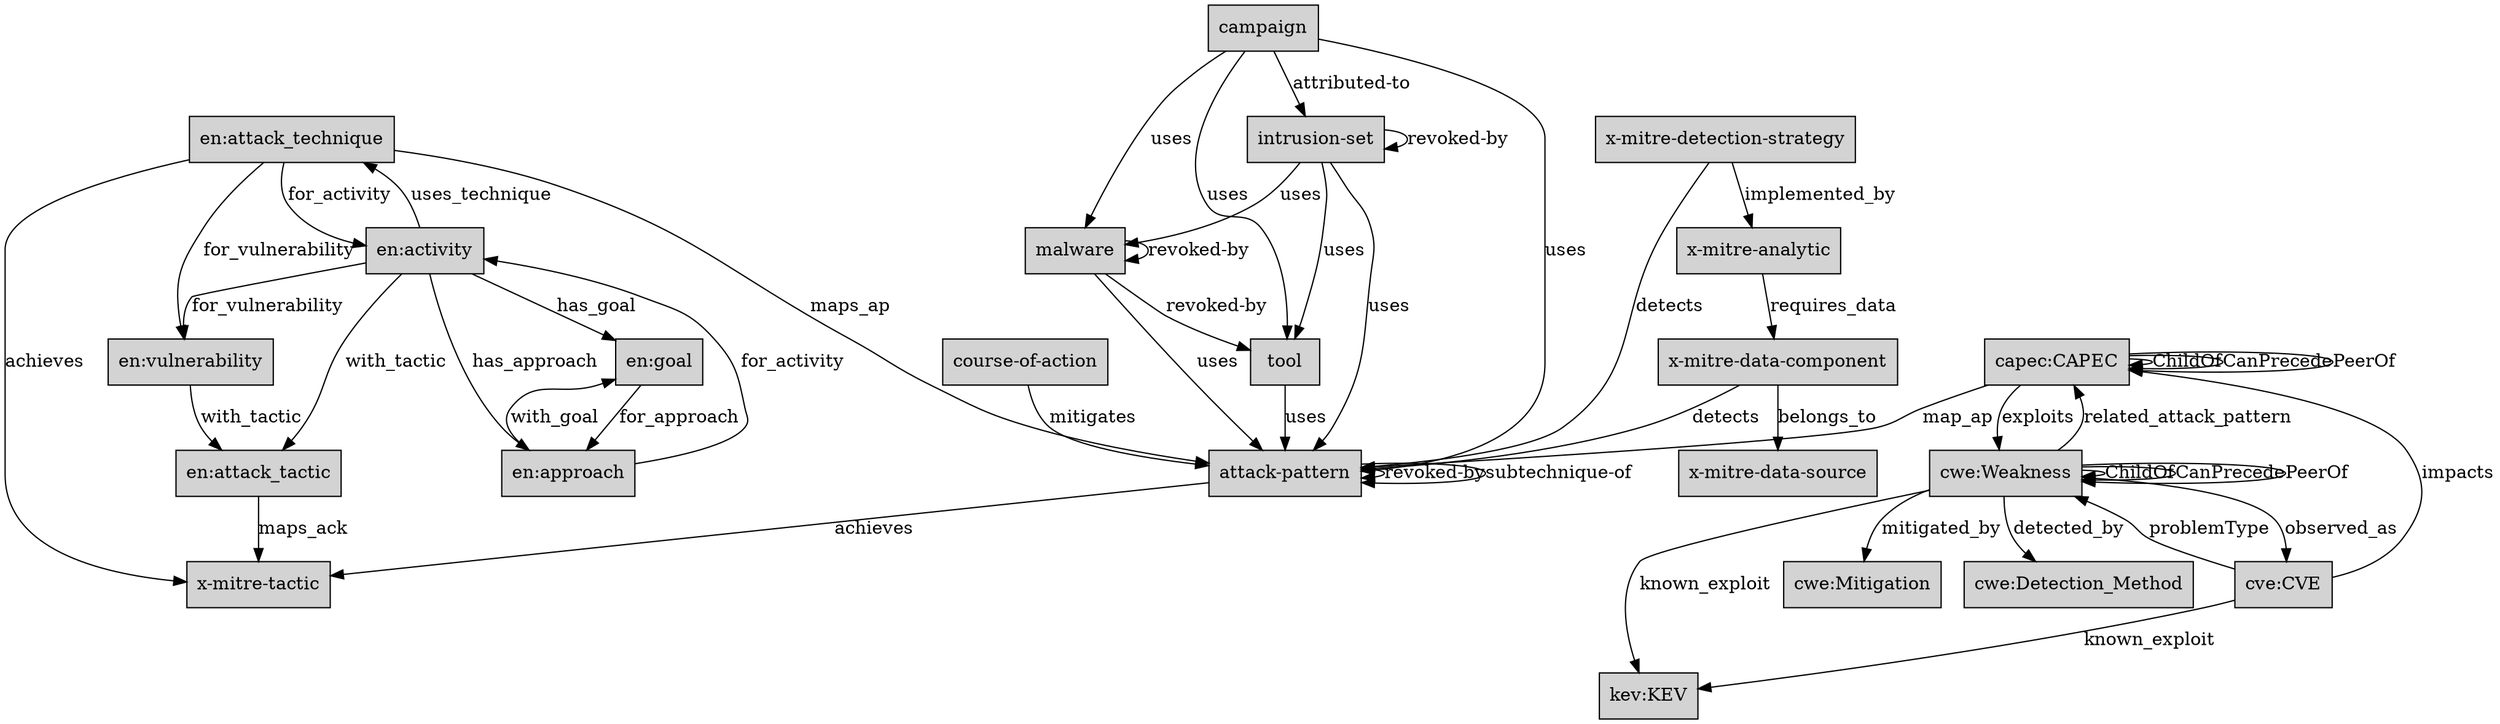
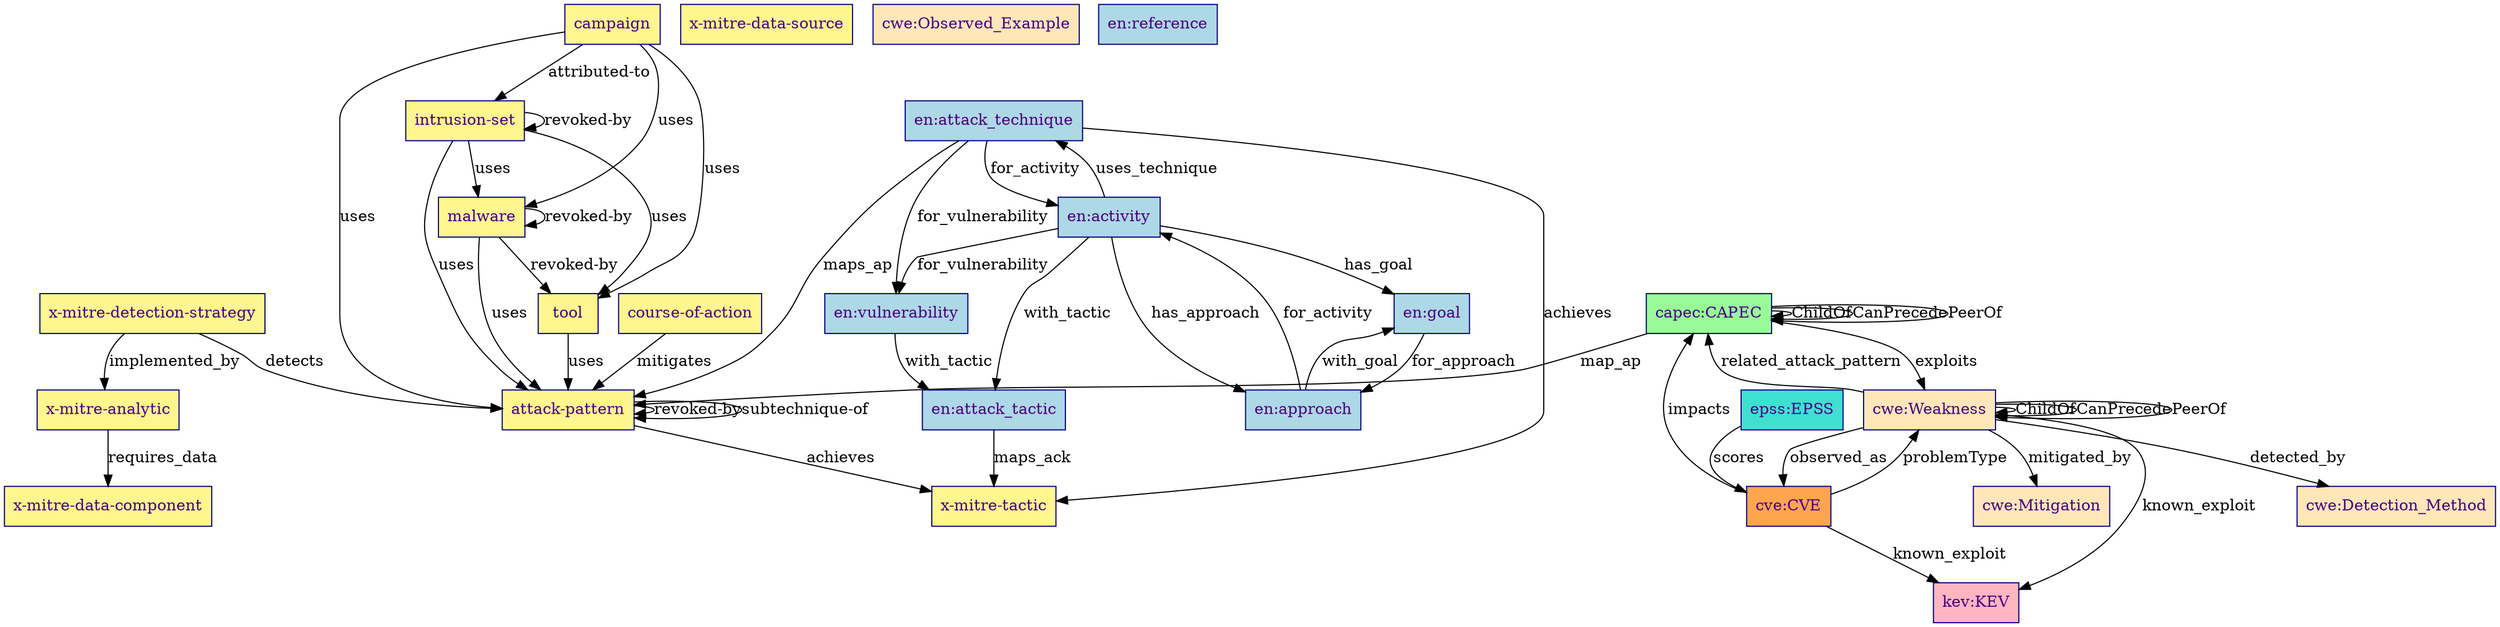
digraph schema_athena_cti {
//    rankdir LR;
    node [shape=box, style=filled];
+ "attack-pattern" [color=navy, fontcolor=indigo, fillcolor=khaki1];
+ "campaign" [color=navy, fontcolor=indigo, fillcolor=khaki1];
+ "course-of-action" [color=navy, fontcolor=indigo, fillcolor=khaki1];
+ "intrusion-set" [color=navy, fontcolor=indigo, fillcolor=khaki1];
+ "malware" [color=navy, fontcolor=indigo, fillcolor=khaki1];
+ "tool" [color=navy, fontcolor=indigo, fillcolor=khaki1];
+ "x-mitre-data-component" [color=navy, fontcolor=indigo, fillcolor=khaki1];
+ "x-mitre-tactic" [color=navy, fontcolor=indigo, fillcolor=khaki1];
+ "x-mitre-data-source" [color=navy, fontcolor=indigo, fillcolor=khaki1];
+ "x-mitre-analytic" [color=navy, fontcolor=indigo, fillcolor=khaki1];
+ "x-mitre-detection-strategy" [color=navy, fontcolor=indigo, fillcolor=khaki1];
+ "cwe:Weakness" [color=navy, fontcolor=indigo, fillcolor=wheat1];
+ "cwe:Detection_Method" [color=navy, fontcolor=indigo, fillcolor=wheat1];
+ "cwe:Observed_Example" [color=navy, fontcolor=indigo, fillcolor=wheat1];
+ "cwe:Mitigation" [color=navy, fontcolor=indigo, fillcolor=wheat1];
+ "cve:CVE" [color=navy, fontcolor=indigo, fillcolor=tan1];
+ "capec:CAPEC" [color=navy, fontcolor=indigo, fillcolor=palegreen];
+ "en:goal" [color=navy, fontcolor=indigo, fillcolor=lightblue];
+ "en:approach" [color=navy, fontcolor=indigo, fillcolor=lightblue];
+ "en:activity" [color=navy, fontcolor=indigo, fillcolor=lightblue];
+ "en:vulnerability" [color=navy, fontcolor=indigo, fillcolor=lightblue];
+ "en:attack_technique" [color=navy, fontcolor=indigo, fillcolor=lightblue];
+ "en:attack_tactic" [color=navy, fontcolor=indigo, fillcolor=lightblue];
+ "en:reference" [color=navy, fontcolor=indigo, fillcolor=lightblue];
+ "kev:KEV" [color=navy, fontcolor=indigo, fillcolor=lightpink];
+ "epss:EPSS" [color=navy, fontcolor=indigo, fillcolor=turquoise];
"attack-pattern" -> "attack-pattern" [label="revoked-by"];
"attack-pattern" -> "attack-pattern" [label="subtechnique-of"];
"attack-pattern" -> "x-mitre-tactic" [label="achieves"];
"campaign" -> "intrusion-set" [label="attributed-to"];
"campaign" -> "attack-pattern" [label="uses"];
"campaign" -> "malware" [label="uses"];
"campaign" -> "tool" [label="uses"];
"course-of-action" -> "attack-pattern" [label="mitigates"];
"intrusion-set" -> "intrusion-set" [label="revoked-by"];
"intrusion-set" -> "attack-pattern" [label="uses"];
"intrusion-set" -> "malware" [label="uses"];
"intrusion-set" -> "tool" [label="uses"];
"malware" -> "malware" [label="revoked-by"];
"malware" -> "tool" [label="revoked-by"];
"malware" -> "attack-pattern" [label="uses"];
"tool" -> "attack-pattern" [label="uses"];
- "x-mitre-data-component" -> "attack-pattern" [label="detects"];
- "x-mitre-data-component" -> "x-mitre-data-source" [label="belongs_to"];
"x-mitre-detection-strategy" -> "attack-pattern" [label="detects"];
"x-mitre-analytic" -> "x-mitre-data-component" [label="requires_data"];
"x-mitre-detection-strategy" -> "x-mitre-analytic" [label="implemented_by"];
"cwe:Weakness" -> "cwe:Weakness" [label="ChildOf"];
"cwe:Weakness" -> "cwe:Weakness" [label="CanPrecede"];
"cwe:Weakness" -> "cwe:Weakness" [label="PeerOf"];
"cwe:Weakness" -> "capec:CAPEC" [label="related_attack_pattern"];
"cwe:Weakness" -> "cwe:Mitigation" [label="mitigated_by"];
"cwe:Weakness" -> "cwe:Detection_Method" [label="detected_by"];
"cwe:Weakness" -> "cve:CVE" [label="observed_as"];
"cwe:Weakness" -> "kev:KEV" [label="known_exploit"];
"cve:CVE" -> "capec:CAPEC" [label="impacts"];
"cve:CVE" -> "cwe:Weakness" [label="problemType"];
"cve:CVE" -> "kev:KEV" [label="known_exploit"];
"capec:CAPEC" -> "capec:CAPEC" [label="ChildOf"];
"capec:CAPEC" -> "capec:CAPEC" [label="CanPrecede"];
"capec:CAPEC" -> "capec:CAPEC" [label="PeerOf"];
"capec:CAPEC" -> "cwe:Weakness" [label="exploits"];
"capec:CAPEC" -> "attack-pattern" [label="map_ap"];
"en:activity" -> "en:goal" [label="has_goal"];
"en:activity" -> "en:approach" [label="has_approach"];
"en:activity" -> "en:vulnerability" [label="for_vulnerability"];
"en:activity" -> "en:attack_technique" [label="uses_technique"];
"en:activity" -> "en:attack_tactic" [label="with_tactic"];
"en:approach" -> "en:goal" [label="with_goal"];
"en:approach" -> "en:activity" [label="for_activity"];
"en:goal" -> "en:approach" [label="for_approach"];
"en:attack_technique" -> "attack-pattern" [label="maps_ap"];
"en:attack_technique" -> "en:vulnerability" [label="for_vulnerability"];
"en:attack_technique" -> "en:activity" [label="for_activity"];
"en:attack_technique" -> "x-mitre-tactic" [label="achieves"];
"en:attack_tactic" -> "x-mitre-tactic" [label="maps_ack"];
"en:vulnerability" -> "en:attack_tactic" [label="with_tactic"];
+ "epss:EPSS" -> "cve:CVE" [label="scores"];
}